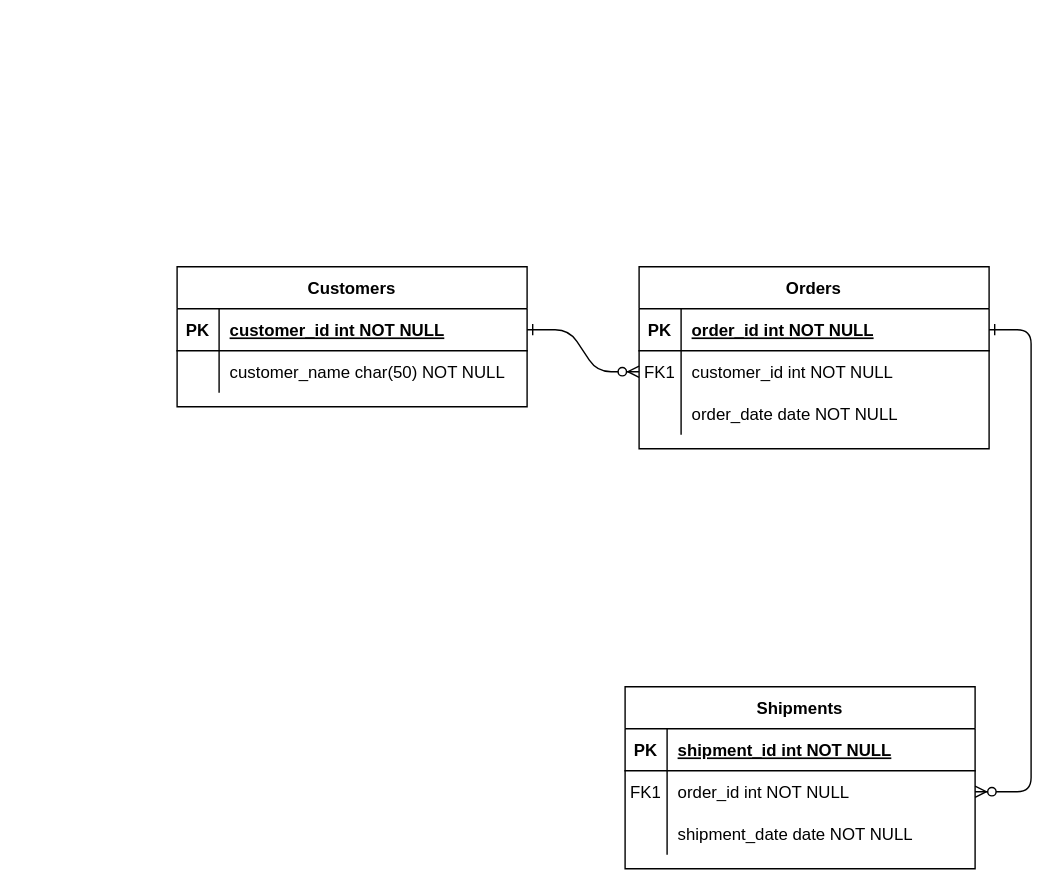
Above: 제목 없는 다이어그램.drawio in EUNHO5980/test (draw.io), before the change. Source tidied: cells renumbered, new cells numbered last; positions are measured from the earlier drawing's top-left corner, leaving out a move shared by most shapes. Both pictures are drawn from the tidied source at 140%, with x=0, y=0 at pixel (176, 266).
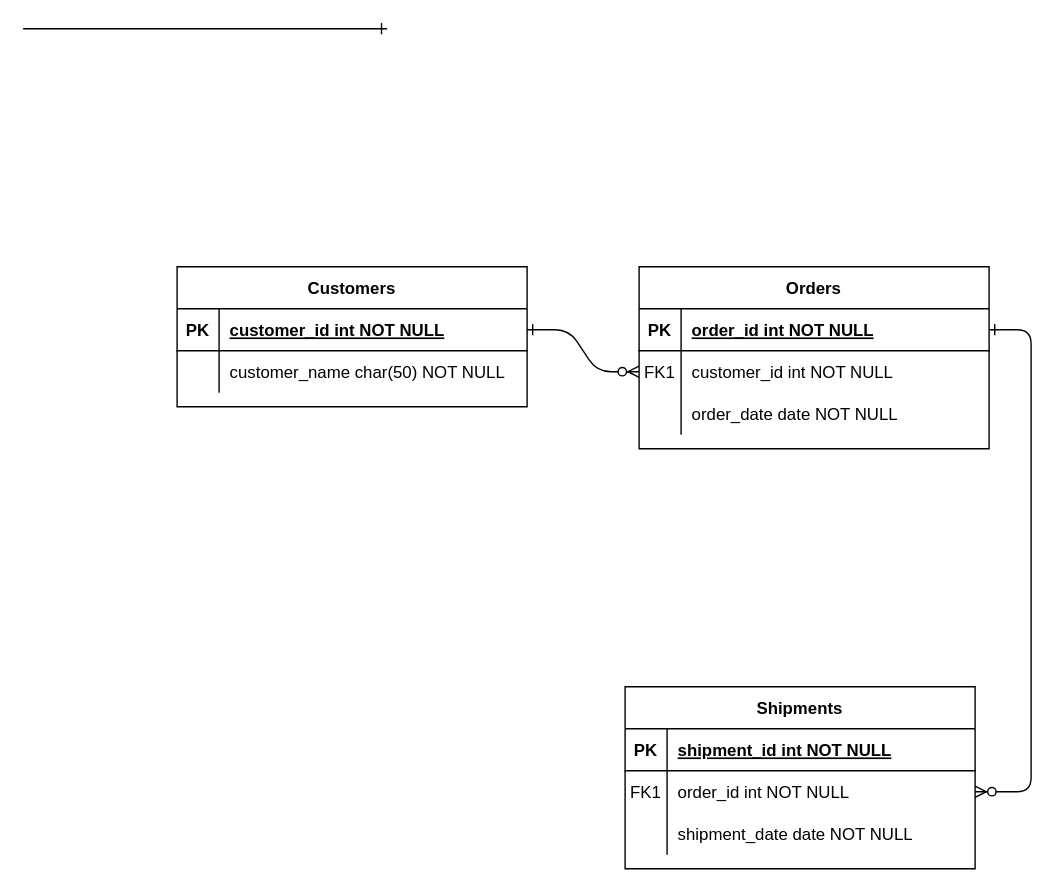
The same diagram, later.

Commit message:
제목 없는 다이어그램.drawio 업데이트

The edit, as a diff of the source:
```diff
@@
+    <mxCell id="31" style="edgeStyle=entityRelationEdgeStyle;fontSize=12;html=1;endArrow=ERone;endFill=1;rounded=0;" parent="1" edge="1">
+      <mxGeometry relative="1" as="geometry">
+        <mxPoint x="-110" y="-170" as="sourcePoint" />
+        <mxPoint x="150" y="-170" as="targetPoint" />
+      </mxGeometry>
+    </mxCell>
```
